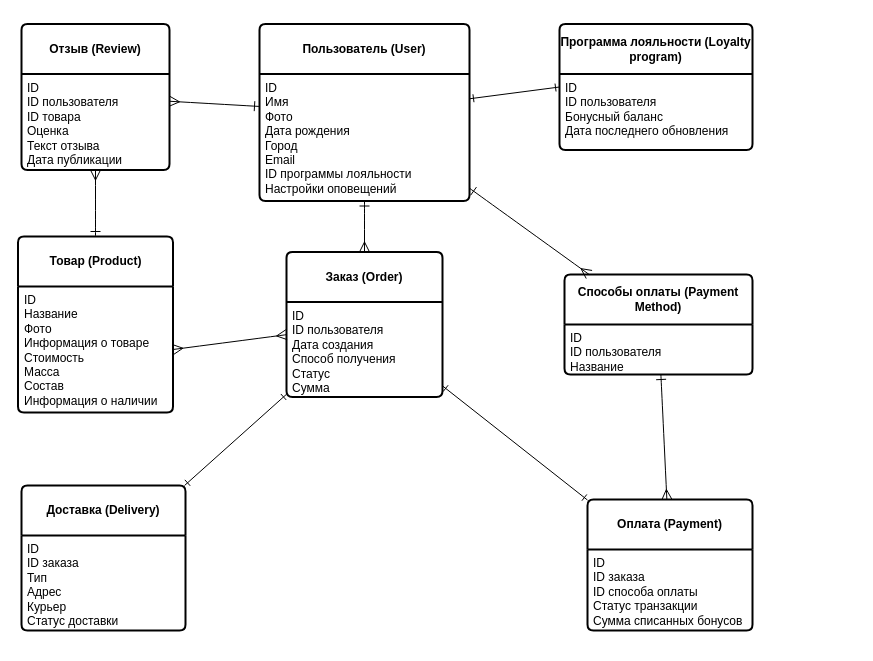
The draw.io diagram LW1 (ERM).drawio in epolyanskiy/ITMO-DBD, before the edit. Source tidied: cells renumbered, new cells numbered last; positions are measured from the earlier drawing's top-left corner, leaving out a move shared by most shapes. Both pictures are drawn from the tidied source at 100%, with x=0, y=0 at pixel (18, 23).
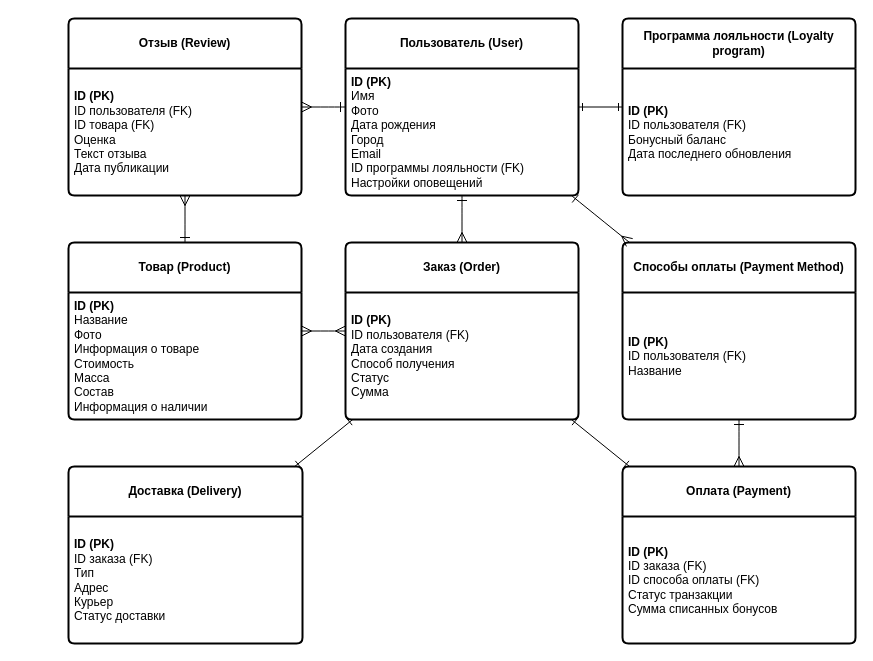
After the change.

Change to the diagram source:
```diff
@@
     <mxCell id="4" value="Пользователь (User)" style="swimlane;horizontal=1;startSize=50;rounded=1;strokeWidth=2;shadow=0;dashed=0;align=center;arcSize=4;whiteSpace=wrap;html=1;" parent="1" vertex="1">
-      <mxGeometry x="241" y="0.5" width="210" height="177" as="geometry" />
+      <mxGeometry x="327" y="-5" width="233" height="177" as="geometry" />
     </mxCell>
-    <mxCell id="5" value="ID&lt;div&gt;Имя&lt;/div&gt;&lt;div&gt;Фото&lt;/div&gt;&lt;div&gt;Дата рождения&lt;/div&gt;&lt;div&gt;Город&lt;/div&gt;&lt;div&gt;Email&lt;/div&gt;&lt;div&gt;ID программы лояльности&lt;/div&gt;&lt;div&gt;Настройки оповещений&lt;/div&gt;" style="align=left;strokeColor=none;fillColor=none;spacingLeft=4;fontSize=12;verticalAlign=top;html=1;" parent="4" vertex="1">
-      <mxGeometry y="50" width="210" height="127" as="geometry" />
+    <mxCell id="5" value="&lt;b&gt;ID (PK)&lt;/b&gt;&lt;div&gt;Имя&lt;/div&gt;&lt;div&gt;Фото&lt;/div&gt;&lt;div&gt;Дата рождения&lt;/div&gt;&lt;div&gt;Город&lt;/div&gt;&lt;div&gt;Email&lt;/div&gt;&lt;div&gt;ID программы лояльности (FK)&lt;/div&gt;&lt;div&gt;Настройки оповещений&lt;/div&gt;" style="align=left;strokeColor=none;fillColor=none;spacingLeft=4;fontSize=12;verticalAlign=middle;html=1;" parent="4" vertex="1">
+      <mxGeometry y="50" width="233" height="127" as="geometry" />
     </mxCell>
-    <mxCell id="6" value="Программа лояльности (Loyalty program)" style="swimlane;horizontal=1;startSize=50;rounded=1;strokeWidth=2;shadow=0;dashed=0;align=center;arcSize=4;whiteSpace=wrap;html=1;" parent="1" vertex="1">
-      <mxGeometry x="541" y="0.5" width="193" height="126" as="geometry" />
+    <mxCell id="6" value="Программа лояльности (Loyalty program)" style="swimlane;horizontal=1;startSize=50;rounded=1;strokeWidth=2;shadow=0;dashed=0;align=center;arcSize=4;whiteSpace=wrap;html=1;verticalAlign=middle;" parent="1" vertex="1">
+      <mxGeometry x="604" y="-5" width="233" height="177" as="geometry" />
     </mxCell>
-    <mxCell id="7" value="ID&lt;br&gt;ID пользователя&lt;br&gt;Бонусный баланс&lt;br&gt;Дата последнего обновления" style="align=left;strokeColor=none;fillColor=none;spacingLeft=4;verticalAlign=top;html=1;" parent="6" vertex="1">
-      <mxGeometry y="50" width="193" height="76" as="geometry" />
+    <mxCell id="7" value="&lt;b&gt;ID (PK)&lt;/b&gt;&lt;br&gt;ID пользователя (FK)&lt;br&gt;Бонусный баланс&lt;br&gt;Дата последнего обновления" style="align=left;strokeColor=none;fillColor=none;spacingLeft=4;verticalAlign=middle;html=1;" parent="6" vertex="1">
+      <mxGeometry y="50" width="233" height="127" as="geometry" />
     </mxCell>
     <mxCell id="8" value="Товар (Product)" style="swimlane;horizontal=1;startSize=50;rounded=1;strokeWidth=2;shadow=0;dashed=0;align=center;arcSize=4;whiteSpace=wrap;html=1;" parent="1" vertex="1">
-      <mxGeometry x="-0.5" y="213" width="155" height="176" as="geometry" />
+      <mxGeometry x="50" y="219" width="233" height="177" as="geometry" />
     </mxCell>
-    <mxCell id="9" value="ID&lt;br&gt;Название&lt;br&gt;Фото&lt;br&gt;Информация о товаре&lt;br&gt;Стоимость&lt;br&gt;Масса&lt;br&gt;Состав&lt;br&gt;Информация о наличии" style="align=left;strokeColor=none;fillColor=none;spacingLeft=4;verticalAlign=top;html=1;" parent="8" vertex="1">
-      <mxGeometry y="50" width="155" height="126" as="geometry" />
+    <mxCell id="9" value="&lt;b&gt;ID (PK)&lt;/b&gt;&lt;div&gt;Название&lt;br&gt;Фото&lt;br&gt;Информация о товаре&lt;br&gt;Стоимость&lt;br&gt;Масса&lt;br&gt;Состав&lt;br&gt;Информация о наличии&lt;/div&gt;" style="align=left;strokeColor=none;fillColor=none;spacingLeft=4;verticalAlign=middle;html=1;" parent="8" vertex="1">
+      <mxGeometry y="50" width="233" height="127" as="geometry" />
     </mxCell>
-    <mxCell id="10" value="Отзыв (Review)" style="swimlane;horizontal=1;startSize=50;rounded=1;strokeWidth=2;shadow=0;dashed=0;align=center;arcSize=4;whiteSpace=wrap;html=1;" parent="1" vertex="1">
-      <mxGeometry x="3" y="0.5" width="148" height="146" as="geometry" />
+    <mxCell id="10" value="Отзыв (Review)" style="swimlane;horizontal=1;startSize=50;rounded=1;strokeWidth=2;shadow=0;dashed=0;align=center;arcSize=4;whiteSpace=wrap;html=1;gradientColor=none;swimlaneFillColor=none;glass=0;comic=0;" parent="1" vertex="1">
+      <mxGeometry x="50" y="-5" width="233" height="177" as="geometry" />
     </mxCell>
-    <mxCell id="11" value="ID&lt;div&gt;ID пользователя&lt;br&gt;ID товара&lt;br&gt;Оценка&lt;br&gt;Текст отзыва&lt;br&gt;Дата публикации&lt;/div&gt;" style="align=left;strokeColor=none;fillColor=none;spacingLeft=4;verticalAlign=top;html=1;" parent="10" vertex="1">
-      <mxGeometry y="50" width="148" height="96" as="geometry" />
+    <mxCell id="11" value="&lt;b&gt;ID (PK)&lt;/b&gt;&lt;div&gt;ID пользователя (FK)&lt;br&gt;ID товара (FK)&lt;br&gt;Оценка&lt;br&gt;Текст отзыва&lt;br&gt;Дата публикации&lt;/div&gt;" style="align=left;strokeColor=none;fillColor=none;spacingLeft=4;verticalAlign=middle;html=1;" parent="10" vertex="1">
+      <mxGeometry y="50" width="233" height="127" as="geometry" />
     </mxCell>
     <mxCell id="12" value="Заказ (Order)" style="swimlane;horizontal=1;startSize=50;rounded=1;strokeWidth=2;shadow=0;dashed=0;align=center;arcSize=4;whiteSpace=wrap;html=1;" parent="1" vertex="1">
-      <mxGeometry x="268" y="228.5" width="156" height="145" as="geometry" />
+      <mxGeometry x="327" y="219" width="233" height="177" as="geometry" />
     </mxCell>
-    <mxCell id="13" value="ID&lt;br&gt;ID пользователя&lt;br&gt;Дата создания&lt;br&gt;Способ получения&lt;br&gt;Статус&lt;br&gt;Сумма" style="align=left;strokeColor=none;fillColor=none;spacingLeft=4;verticalAlign=top;html=1;" parent="12" vertex="1">
-      <mxGeometry y="50" width="156" height="95" as="geometry" />
+    <mxCell id="13" value="&lt;b&gt;ID (PK)&lt;br&gt;&lt;/b&gt;ID пользователя (FK)&lt;br&gt;Дата создания&lt;br&gt;Способ получения&lt;br&gt;Статус&lt;br&gt;Сумма" style="align=left;strokeColor=none;fillColor=none;spacingLeft=4;verticalAlign=middle;html=1;" parent="12" vertex="1">
+      <mxGeometry y="50" width="233" height="127" as="geometry" />
     </mxCell>
-    <mxCell id="14" value="Способы оплаты (Payment Method)" style="swimlane;horizontal=1;startSize=50;rounded=1;strokeWidth=2;shadow=0;dashed=0;align=center;arcSize=4;whiteSpace=wrap;html=1;" parent="1" vertex="1">
-      <mxGeometry x="546" y="251" width="188" height="100" as="geometry" />
+    <mxCell id="14" value="Способы оплаты (Payment Method)" style="swimlane;horizontal=1;startSize=50;rounded=1;strokeWidth=2;shadow=0;dashed=0;align=center;arcSize=4;whiteSpace=wrap;html=1;verticalAlign=middle;" parent="1" vertex="1">
+      <mxGeometry x="604" y="219" width="233" height="177" as="geometry" />
     </mxCell>
-    <mxCell id="15" value="ID&lt;br&gt;ID пользователя&lt;br&gt;Название" style="align=left;strokeColor=none;fillColor=none;spacingLeft=4;verticalAlign=top;html=1;" parent="14" vertex="1">
-      <mxGeometry y="50" width="188" height="50" as="geometry" />
+    <mxCell id="15" value="&lt;b&gt;ID (PK)&lt;/b&gt;&lt;br&gt;ID пользователя (FK)&lt;br&gt;Название" style="align=left;strokeColor=none;fillColor=none;spacingLeft=4;verticalAlign=middle;html=1;" parent="14" vertex="1">
+      <mxGeometry y="50" width="233" height="127" as="geometry" />
     </mxCell>
-    <mxCell id="16" value="Оплата (Payment)" style="swimlane;horizontal=1;startSize=50;rounded=1;strokeWidth=2;shadow=0;dashed=0;align=center;arcSize=4;whiteSpace=wrap;html=1;" parent="1" vertex="1">
-      <mxGeometry x="569" y="476" width="165" height="131" as="geometry" />
+    <mxCell id="16" value="Оплата (Payment)" style="swimlane;horizontal=1;startSize=50;rounded=1;strokeWidth=2;shadow=0;dashed=0;align=center;arcSize=4;whiteSpace=wrap;html=1;verticalAlign=middle;" parent="1" vertex="1">
+      <mxGeometry x="604" y="443" width="233" height="177" as="geometry" />
     </mxCell>
-    <mxCell id="17" value="ID&lt;br&gt;ID заказа&lt;br&gt;ID способа оплаты&lt;br&gt;Статус транзакции&lt;br&gt;Сумма списанных бонусов" style="align=left;strokeColor=none;fillColor=none;spacingLeft=4;verticalAlign=top;html=1;" parent="16" vertex="1">
-      <mxGeometry y="50" width="165" height="81" as="geometry" />
+    <mxCell id="17" value="&lt;b&gt;ID (PK)&lt;/b&gt;&lt;br&gt;ID заказа (FK)&lt;br&gt;ID способа оплаты (FK)&lt;br&gt;Статус транзакции&lt;br&gt;Сумма списанных бонусов" style="align=left;strokeColor=none;fillColor=none;spacingLeft=4;verticalAlign=middle;html=1;" parent="16" vertex="1">
+      <mxGeometry y="50" width="233" height="127" as="geometry" />
     </mxCell>
     <mxCell id="18" value="Доставка (Delivery)" style="swimlane;horizontal=1;startSize=50;rounded=1;strokeWidth=2;shadow=0;dashed=0;align=center;arcSize=4;whiteSpace=wrap;html=1;" parent="1" vertex="1">
-      <mxGeometry x="3" y="462" width="164" height="145" as="geometry" />
+      <mxGeometry x="50" y="443" width="234" height="177" as="geometry" />
     </mxCell>
-    <mxCell id="19" value="ID&lt;div&gt;ID заказа&lt;br&gt;Тип&amp;nbsp;&lt;br&gt;Адрес&lt;br&gt;Курьер&lt;br&gt;Статус доставки&lt;/div&gt;" style="align=left;strokeColor=none;fillColor=none;spacingLeft=4;verticalAlign=top;html=1;" parent="18" vertex="1">
-      <mxGeometry y="50" width="164" height="95" as="geometry" />
+    <mxCell id="19" value="&lt;b&gt;ID (PK)&lt;/b&gt;&lt;div&gt;ID заказа (FK)&lt;br&gt;Тип&amp;nbsp;&lt;br&gt;Адрес&lt;br&gt;Курьер&lt;br&gt;Статус доставки&lt;/div&gt;" style="align=left;strokeColor=none;fillColor=none;spacingLeft=4;verticalAlign=middle;html=1;" parent="18" vertex="1">
+      <mxGeometry y="50" width="234" height="127" as="geometry" />
     </mxCell>
@@
-    <mxCell id="23" style="edgeStyle=none;curved=1;rounded=0;jettySize=auto;html=1;fontSize=12;startSize=8;endSize=8;startArrow=ERmany;startFill=0;endArrow=ERmany;endFill=0;entryX=1;entryY=0.5;entryDx=0;entryDy=0;" parent="1" edge="1" source="12" target="9">
+    <mxCell id="23" style="edgeStyle=none;curved=1;rounded=0;jettySize=auto;html=1;fontSize=12;startSize=8;endSize=8;startArrow=ERmany;startFill=0;endArrow=ERmany;endFill=0;" parent="1" edge="1" source="12" target="8">
       <mxGeometry relative="1" as="geometry" />
     </mxCell>
```
